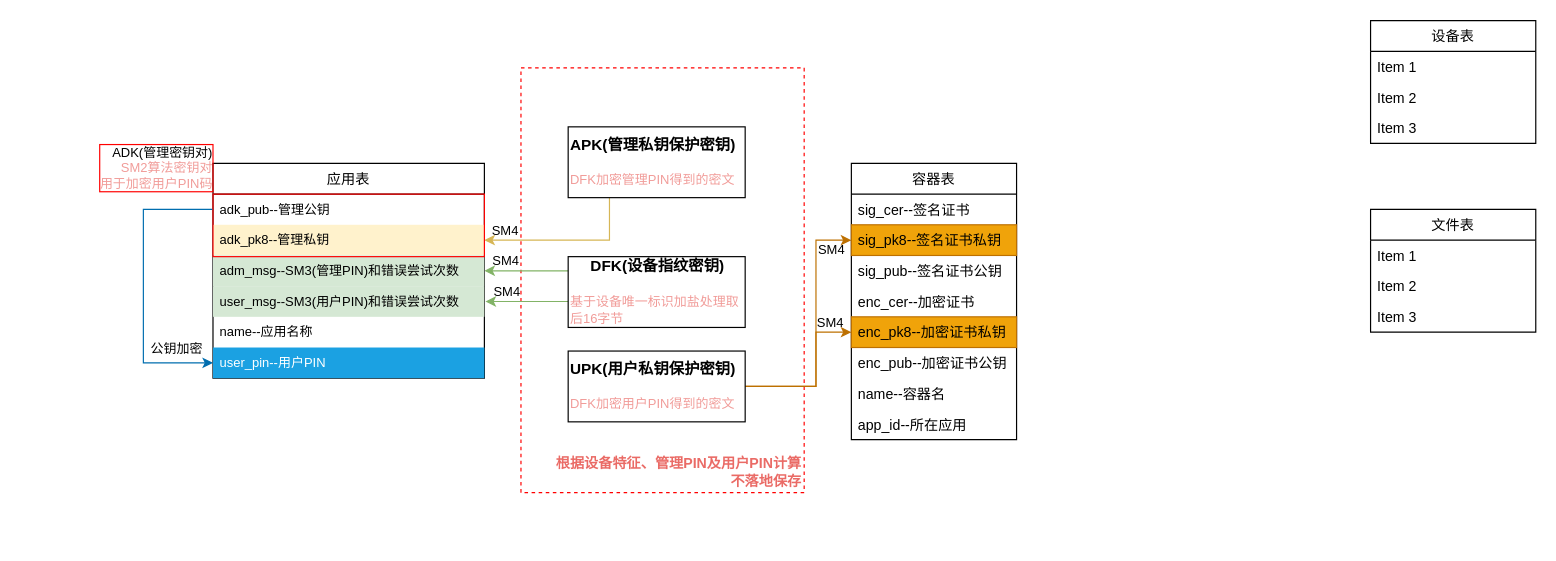
Above: SKF数据安全规则.drawio in mobof/Koal (draw.io), before the change. Source tidied: cells renumbered, new cells numbered last; positions are measured from the earlier drawing's top-left corner, leaving out a move shared by most shapes. Both pictures are drawn from the tidied source at 118%, with x=0, y=0 at pixel (20, 20).
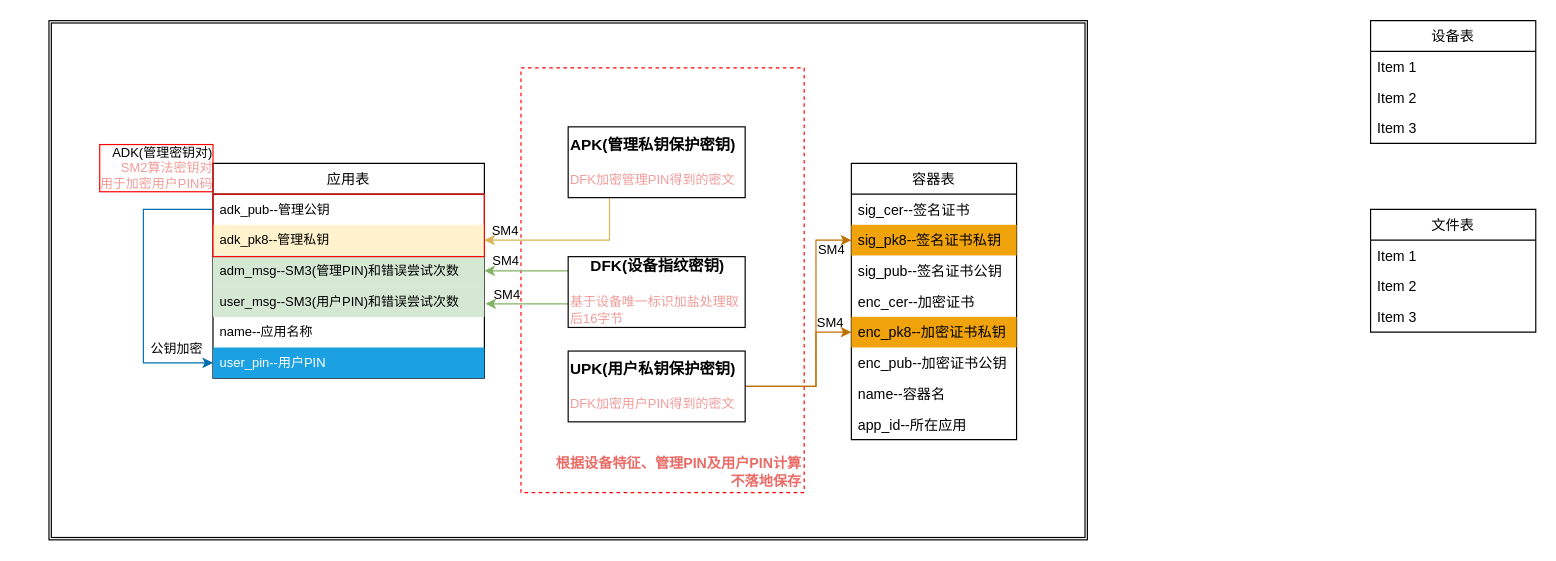
The same diagram, later.

Commit message (it also covers changes not shown here):
Update SKF数据安全规则.drawio

The change refers to these unchanged cells:
```xml
<mxCell id="7" value="&lt;div style=&quot;text-align: center&quot;&gt;&lt;b&gt;&lt;font style=&quot;font-size: 13px&quot;&gt;DFK(设备指纹密钥)&lt;/font&gt;&lt;/b&gt;&lt;/div&gt;&lt;br&gt;&lt;font color=&quot;#f19c99&quot; style=&quot;font-size: 11px&quot;&gt;基于设备唯一标识加盐处理取后16字节&lt;/font&gt;" style="rounded=0;whiteSpace=wrap;html=1;align=left;" parent="1" vertex="1">
  <mxGeometry x="464" y="200" width="150" height="60" as="geometry" />
</mxCell>
<mxCell id="20" value="user_msg--SM3(用户PIN)和错误尝试次数" style="text;fillColor=#d5e8d4;align=left;verticalAlign=top;spacingLeft=4;spacingRight=4;overflow=hidden;points=[[0,0.5],[1,0.5]];portConstraint=eastwest;fontSize=11;" parent="14" vertex="1">
  <mxGeometry y="104" width="230" height="26" as="geometry" />
</mxCell>
<mxCell id="23" value="容器表" style="swimlane;fontStyle=0;horizontal=1;startSize=26;" parent="1" vertex="1">
  <mxGeometry x="704" y="121" width="140" height="234" as="geometry" />
</mxCell>
```

Change to the diagram source:
```diff
@@
+    <mxCell id="43" style="shape=ext;double=1;rounded=0;whiteSpace=wrap;html=1;shadow=0;glass=0;labelBackgroundColor=none;sketch=0;fontSize=11;fontColor=#000000;strokeWidth=1;fillColor=none;align=right;verticalAlign=bottom;" parent="1" vertex="1">
+      <mxGeometry x="24" width="880" height="440" as="geometry" />
+    </mxCell>
@@
-    <mxCell id="5" style="edgeStyle=orthogonalEdgeStyle;rounded=0;jettySize=auto;html=1;fillColor=#d5e8d4;strokeColor=#82b366;entryX=1.004;entryY=0.5;entryDx=0;entryDy=0;entryPerimeter=0;" parent="1" edge="1" source="7" target="20">
+    <mxCell id="5" style="edgeStyle=orthogonalEdgeStyle;rounded=0;orthogonalLoop=1;jettySize=auto;html=1;fillColor=#d5e8d4;strokeColor=#82b366;entryX=1.004;entryY=0.5;entryDx=0;entryDy=0;entryPerimeter=0;" parent="1" edge="1">
       <mxGeometry relative="1" as="geometry">
+        <mxPoint x="464" y="240" as="sourcePoint" />
+        <mxPoint x="393.9" y="240" as="targetPoint" />
         <Array as="points">
-          <mxPoint x="444" y="238" />
-          <mxPoint x="444" y="238" />
+          <mxPoint x="444" y="240" />
+          <mxPoint x="444" y="240" />
         </Array>
       </mxGeometry>
     </mxCell>
@@
-    <mxCell id="25" value="sig_pk8--签名证书私钥" style="text;fillColor=#f0a30a;align=left;verticalAlign=top;spacingLeft=4;spacingRight=4;overflow=hidden;points=[[0,0.5],[1,0.5]];portConstraint=eastwest;fontColor=#000000;strokeColor=#BD7000;" parent="23" vertex="1">
+    <mxCell id="25" value="sig_pk8--签名证书私钥" style="text;fillColor=#f0a30a;align=left;verticalAlign=top;spacingLeft=4;spacingRight=4;overflow=hidden;points=[[0,0.5],[1,0.5]];portConstraint=eastwest;fontColor=#000000;" parent="23" vertex="1">
       <mxGeometry y="52" width="140" height="26" as="geometry" />
     </mxCell>
@@
-    <mxCell id="28" value="enc_pk8--加密证书私钥" style="text;fillColor=#f0a30a;align=left;verticalAlign=top;spacingLeft=4;spacingRight=4;overflow=hidden;points=[[0,0.5],[1,0.5]];portConstraint=eastwest;fontColor=#000000;strokeColor=#BD7000;" parent="23" vertex="1">
+    <mxCell id="28" value="enc_pk8--加密证书私钥" style="text;fillColor=#f0a30a;align=left;verticalAlign=top;spacingLeft=4;spacingRight=4;overflow=hidden;points=[[0,0.5],[1,0.5]];portConstraint=eastwest;fontColor=#000000;" parent="23" vertex="1">
       <mxGeometry y="130" width="140" height="26" as="geometry" />
     </mxCell>
```
